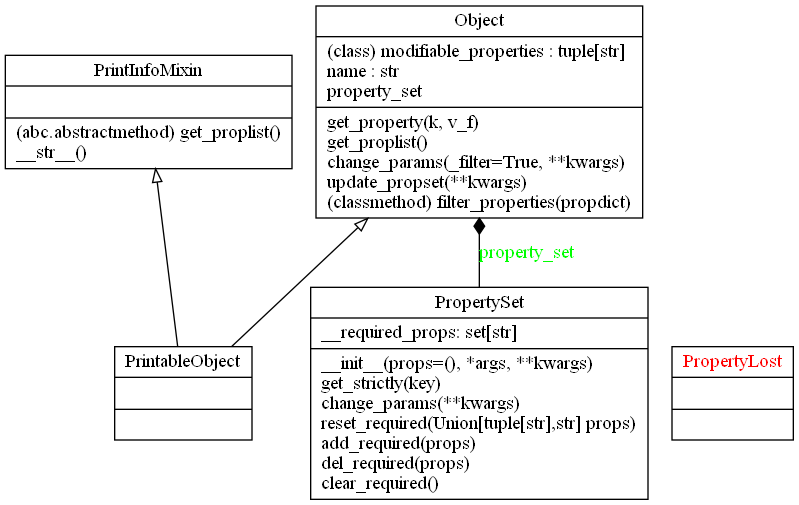
bobdadada/cavag keeps this Graphviz diagram as docs/_assets/pics/uml/_utils_uml.png. Above is the earlier version. Its source is kept beside it as docs/_assets/pics/uml/_utils_uml.dot.
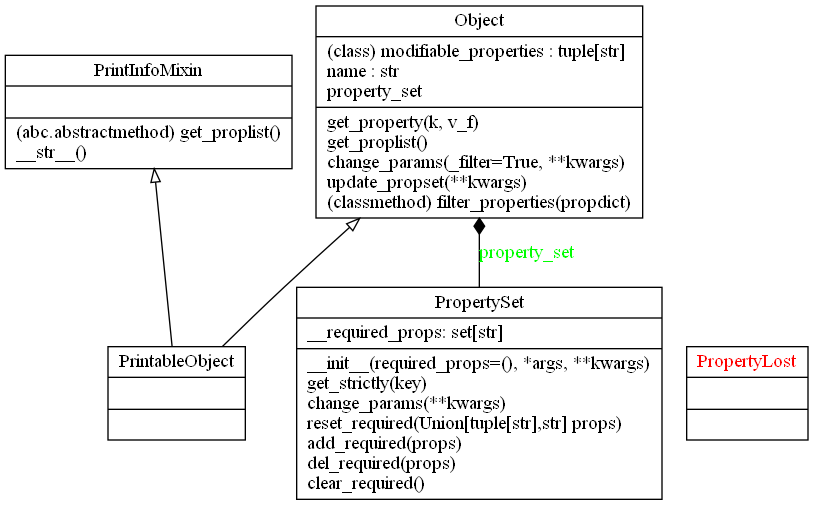
Above is the later version.

What changed in the source:
```diff
@@ -4,7 +4,7 @@
 "0" [label="{PrintInfoMixin|\l|(abc.abstractmethod) get_proplist()\l__str__()\l}", shape="record"];
 "1" [label="{PrintableObject|\l|}", shape="record"];
 "2" [fontcolor="red", label="{PropertyLost|\l|}", shape="record"];
-"3" [label="{PropertySet|__required_props: set[str]\l|__init__(props=(), *args, **kwargs)\lget_strictly(key)\lchange_params(**kwargs)\lreset_required(Union[tuple[str],str] props)\ladd_required(props)\ldel_required(props)\lclear_required()\l}", shape="record"];
+"3" [label="{PropertySet|__required_props: set[str]\l|__init__(required_props=(), *args, **kwargs)\lget_strictly(key)\lchange_params(**kwargs)\lreset_required(Union[tuple[str],str] props)\ladd_required(props)\ldel_required(props)\lclear_required()\l}", shape="record"];
 "4" [label="{Object|(class) modifiable_properties : tuple[str]\lname : str\lproperty_set\l|get_property(k, v_f)\lget_proplist()\lchange_params(_filter=True, **kwargs)\lupdate_propset(**kwargs)\l(classmethod) filter_properties(propdict)\l}", shape="record"];
 "1" -> "0" [arrowhead="empty", arrowtail="none"];
 "1" -> "4" [arrowhead="empty", arrowtail="none"];
```
